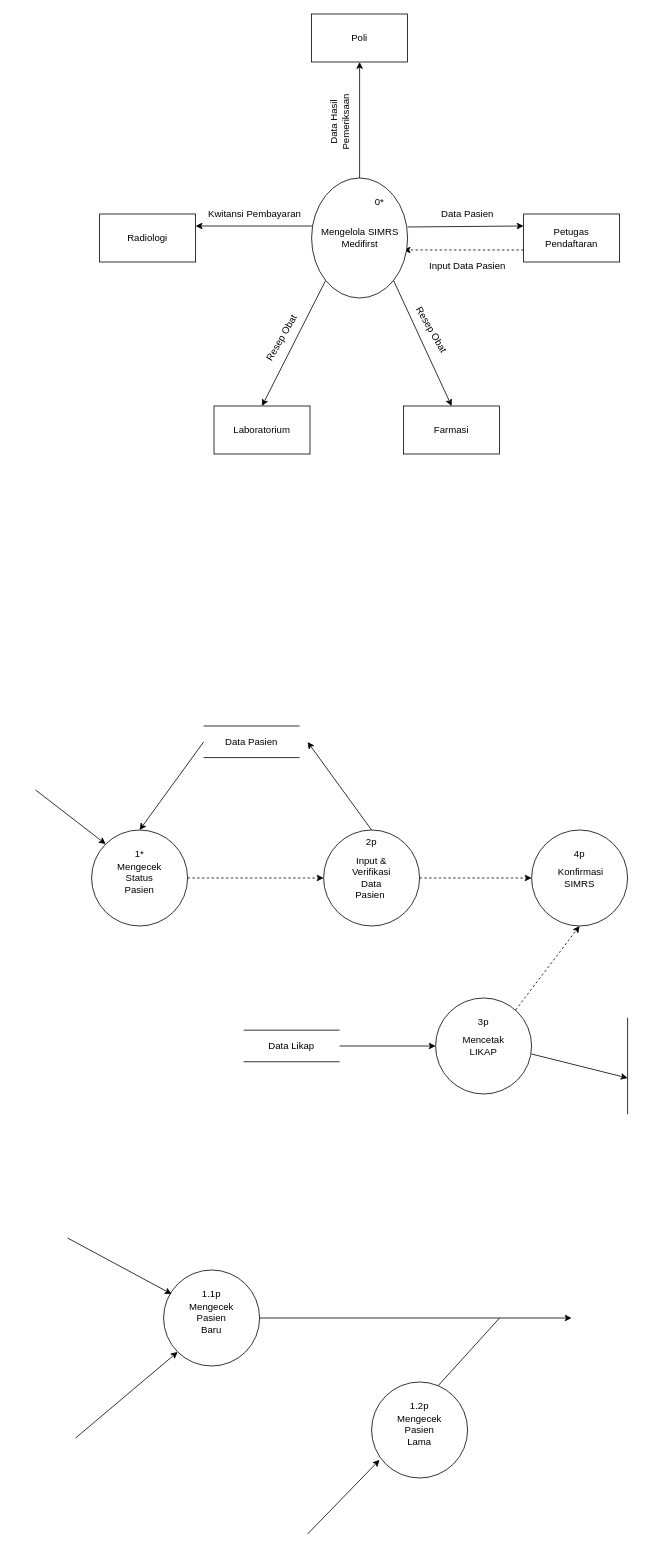
Before: DFD LVL 0.drawio in Arfnvaaa/Arfnvaaa, a draw.io diagram. Source tidied: cells renumbered, new cells numbered last; positions are measured from the earlier drawing's top-left corner, leaving out a move shared by most shapes. Both pictures are drawn from the tidied source at 80%, with x=0, y=0 at pixel (35, 14).
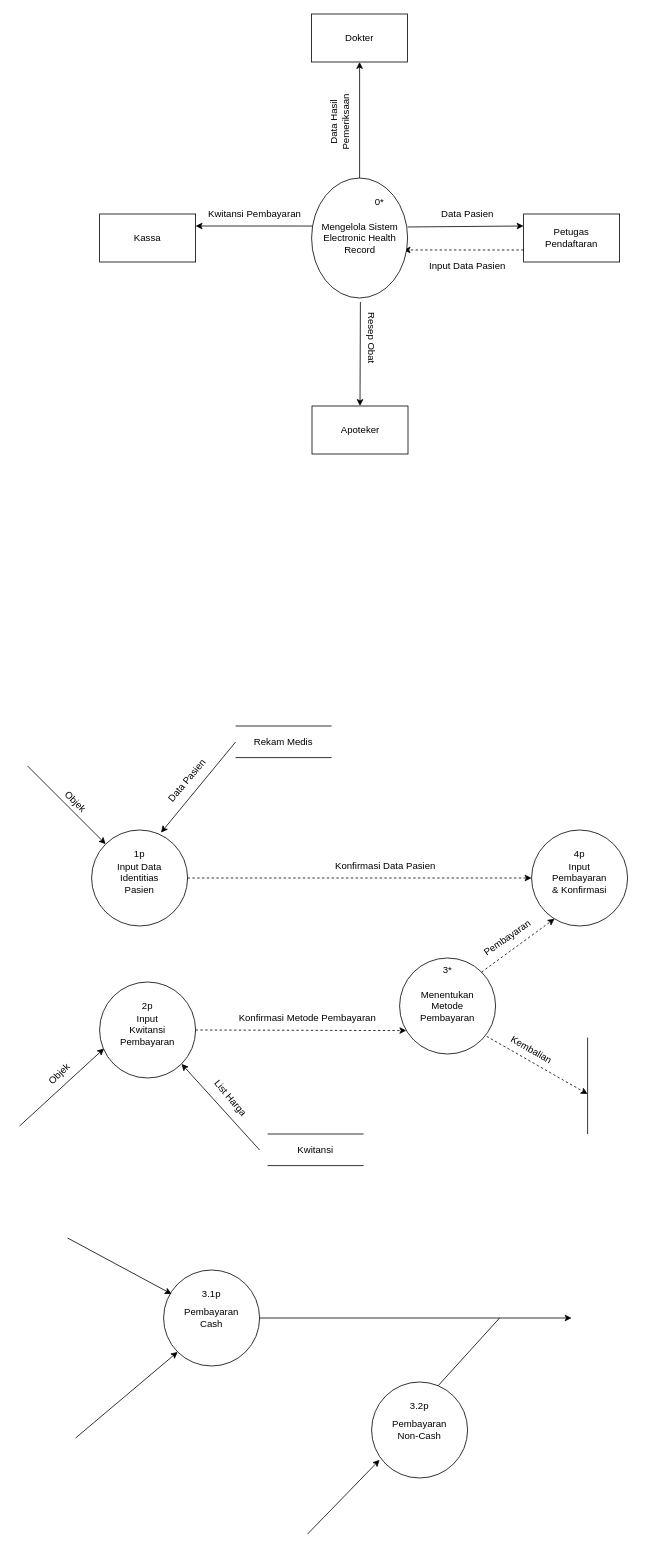
Above is the later version.

The change refers to these unchanged cells:
```xml
<mxCell id="9" style="group;" parent="1" vertex="1">
  <mxGeometry x="343" y="205" width="125" height="150" as="geometry" />
</mxCell>
<mxCell id="10" style="ellipse;whiteSpace=wrap;html=1;rotation=90;" parent="9" vertex="1">
  <mxGeometry x="-13" y="15" width="150" height="120" as="geometry" />
</mxCell>
<mxCell id="14" style="group;" parent="1" vertex="1">
  <mxGeometry x="345" width="120" height="60" as="geometry" />
</mxCell>
<mxCell id="24" style="ellipse;whiteSpace=wrap;html=1;" parent="23" vertex="1">
  <mxGeometry width="120" height="120" as="geometry" />
</mxCell>
<mxCell id="42" style="ellipse;whiteSpace=wrap;html=1;" parent="41" vertex="1">
  <mxGeometry width="120" height="120" as="geometry" />
</mxCell>
<mxCell id="45" style="group;" parent="1" vertex="1">
  <mxGeometry x="70" y="1020" width="120" height="120" as="geometry" />
</mxCell>
<mxCell id="46" style="ellipse;whiteSpace=wrap;html=1;" parent="45" vertex="1">
  <mxGeometry width="120" height="120" as="geometry" />
</mxCell>
<mxCell id="49" style="group;" parent="1" vertex="1">
  <mxGeometry x="620" y="1020" width="120" height="120" as="geometry" />
</mxCell>
<mxCell id="50" style="ellipse;whiteSpace=wrap;html=1;" parent="49" vertex="1">
  <mxGeometry width="120" height="120" as="geometry" />
</mxCell>
<mxCell id="53" style="group;" parent="1" vertex="1">
  <mxGeometry x="160" y="1570" width="120" height="120" as="geometry" />
</mxCell>
<mxCell id="57" style="group;" parent="1" vertex="1">
  <mxGeometry x="420" y="1710" width="120" height="120" as="geometry" />
</mxCell>
<mxCell id="68" style="rounded=0;whiteSpace=wrap;html=1;" parent="67" vertex="1">
  <mxGeometry width="120" height="60" as="geometry" />
</mxCell>
```

Diff of the diagram source:
```diff
@@
-    <mxCell id="3" value="Radiologi" style="text;html=1;whiteSpace=wrap;strokeColor=none;fillColor=none;align=center;verticalAlign=middle;rounded=0;" parent="1" vertex="1">
+    <mxCell id="3" value="Kassa" style="text;html=1;whiteSpace=wrap;strokeColor=none;fillColor=none;align=center;verticalAlign=middle;rounded=0;" parent="1" vertex="1">
       <mxGeometry x="110" y="265" width="60" height="30" as="geometry" />
     </mxCell>
@@
-    <mxCell id="8" style="endArrow=classic;html=1;rounded=0;exitX=1;exitY=1;exitDx=0;exitDy=0;entryX=0.5;entryY=0;entryDx=0;entryDy=0;" parent="1" edge="1" source="10" target="21">
-      <mxGeometry relative="1" as="geometry" />
-    </mxCell>
@@
-    <mxCell id="11" value="Mengelola SIMRS Medifirst" style="text;html=1;whiteSpace=wrap;strokeColor=none;fillColor=none;align=center;verticalAlign=middle;rounded=0;" parent="9" vertex="1">
+    <mxCell id="11" value="Mengelola Sistem Electronic Health Record" style="text;html=1;whiteSpace=wrap;strokeColor=none;fillColor=none;align=center;verticalAlign=middle;rounded=0;" parent="9" vertex="1">
       <mxGeometry y="32.5" width="125" height="85" as="geometry" />
     </mxCell>
@@
-    <mxCell id="16" value="Poli" style="text;html=1;whiteSpace=wrap;strokeColor=none;fillColor=none;align=center;verticalAlign=middle;rounded=0;" parent="14" vertex="1">
+    <mxCell id="16" value="Dokter" style="text;html=1;whiteSpace=wrap;strokeColor=none;fillColor=none;align=center;verticalAlign=middle;rounded=0;" parent="14" vertex="1">
       <mxGeometry x="30" y="15" width="60" height="30" as="geometry" />
     </mxCell>
@@
-    <mxCell id="20" style="group;" parent="1" vertex="1">
-      <mxGeometry x="223" y="490" width="120" height="60" as="geometry" />
-    </mxCell>
-    <mxCell id="21" style="rounded=0;whiteSpace=wrap;html=1;" parent="20" vertex="1">
-      <mxGeometry width="120" height="60" as="geometry" />
-    </mxCell>
-    <mxCell id="22" value="Laboratorium" style="text;html=1;whiteSpace=wrap;strokeColor=none;fillColor=none;align=center;verticalAlign=middle;rounded=0;" parent="20" vertex="1">
-      <mxGeometry x="30" y="15" width="60" height="30" as="geometry" />
-    </mxCell>
     <mxCell id="23" style="group;" parent="1" vertex="1">
-      <mxGeometry x="500" y="1230" width="120" height="120" as="geometry" />
+      <mxGeometry x="80" y="1210" width="120" height="120" as="geometry" />
     </mxCell>
@@
-    <mxCell id="25" value="Mencetak LIKAP" style="text;html=1;whiteSpace=wrap;strokeColor=none;fillColor=none;align=center;verticalAlign=middle;rounded=0;" parent="23" vertex="1">
+    <mxCell id="25" value="Input Kwitansi Pembayaran" style="text;html=1;whiteSpace=wrap;strokeColor=none;fillColor=none;align=center;verticalAlign=middle;rounded=0;" parent="23" vertex="1">
       <mxGeometry x="30" y="45" width="60" height="30" as="geometry" />
     </mxCell>
-    <mxCell id="26" value="3p" style="text;html=1;whiteSpace=wrap;strokeColor=none;fillColor=none;align=center;verticalAlign=middle;rounded=0;" parent="23" vertex="1">
+    <mxCell id="26" value="2p" style="text;html=1;whiteSpace=wrap;strokeColor=none;fillColor=none;align=center;verticalAlign=middle;rounded=0;" parent="23" vertex="1">
       <mxGeometry x="30" y="15" width="60" height="30" as="geometry" />
     </mxCell>
-    <mxCell id="27" style="endArrow=classic;html=1;rounded=0;dashed=1;" parent="23" edge="1">
-      <mxGeometry relative="1" as="geometry">
-        <mxPoint x="100" y="15" as="sourcePoint" />
-        <mxPoint x="180" y="-90" as="targetPoint" />
-      </mxGeometry>
-    </mxCell>
@@
-    <mxCell id="29" value="Resep Obat" style="text;html=1;whiteSpace=wrap;strokeColor=none;fillColor=none;align=center;verticalAlign=middle;rounded=0;rotation=-60;" parent="1" vertex="1">
-      <mxGeometry x="273" y="390" width="70" height="30" as="geometry" />
-    </mxCell>
@@
     <mxCell id="33" style="group;" parent="1" vertex="1">
-      <mxGeometry x="210" y="890" width="120" height="39.5" as="geometry" />
+      <mxGeometry x="250" y="890" width="120" height="39.5" as="geometry" />
     </mxCell>
@@
-    <mxCell id="36" value="Data Pasien" style="text;html=1;whiteSpace=wrap;strokeColor=none;fillColor=none;align=center;verticalAlign=middle;rounded=0;" parent="33" vertex="1">
+    <mxCell id="36" value="Rekam Medis" style="text;html=1;whiteSpace=wrap;strokeColor=none;fillColor=none;align=center;verticalAlign=middle;rounded=0;" parent="33" vertex="1">
       <mxGeometry x="20" y="4.8" width="80" height="30" as="geometry" />
     </mxCell>
     <mxCell id="37" style="group;" parent="1" vertex="1">
-      <mxGeometry x="260" y="1270.2" width="120" height="39.5" as="geometry" />
+      <mxGeometry x="290" y="1400" width="120" height="39.5" as="geometry" />
     </mxCell>
@@
-    <mxCell id="40" value="Data Likap" style="text;html=1;whiteSpace=wrap;strokeColor=none;fillColor=none;align=center;verticalAlign=middle;rounded=0;" parent="37" vertex="1">
+    <mxCell id="40" value="Kwitansi" style="text;html=1;whiteSpace=wrap;strokeColor=none;fillColor=none;align=center;verticalAlign=middle;rounded=0;" parent="37" vertex="1">
       <mxGeometry x="30" y="4.8" width="60" height="30" as="geometry" />
     </mxCell>
     <mxCell id="41" style="group;" parent="1" vertex="1">
-      <mxGeometry x="360" y="1020" width="120" height="120" as="geometry" />
+      <mxGeometry x="455" y="1180" width="120" height="120" as="geometry" />
     </mxCell>
@@
-    <mxCell id="43" value="Input &amp;amp; Verifikasi Data Pasien&amp;nbsp;" style="text;html=1;whiteSpace=wrap;strokeColor=none;fillColor=none;align=center;verticalAlign=middle;rounded=0;" parent="41" vertex="1">
+    <mxCell id="43" value="Menentukan Metode Pembayaran" style="text;html=1;whiteSpace=wrap;strokeColor=none;fillColor=none;align=center;verticalAlign=middle;rounded=0;" parent="41" vertex="1">
       <mxGeometry x="30" y="45" width="60" height="30" as="geometry" />
     </mxCell>
-    <mxCell id="44" value="2p" style="text;html=1;whiteSpace=wrap;strokeColor=none;fillColor=none;align=center;verticalAlign=middle;rounded=0;" parent="41" vertex="1">
+    <mxCell id="44" value="3*" style="text;html=1;whiteSpace=wrap;strokeColor=none;fillColor=none;align=center;verticalAlign=middle;rounded=0;" parent="41" vertex="1">
       <mxGeometry x="30" width="60" height="30" as="geometry" />
     </mxCell>
@@
-    <mxCell id="47" value="Mengecek Status Pasien" style="text;html=1;whiteSpace=wrap;strokeColor=none;fillColor=none;align=center;verticalAlign=middle;rounded=0;" parent="45" vertex="1">
+    <mxCell id="47" value="Input Data Identitias Pasien" style="text;html=1;whiteSpace=wrap;strokeColor=none;fillColor=none;align=center;verticalAlign=middle;rounded=0;" parent="45" vertex="1">
       <mxGeometry x="30" y="45" width="60" height="30" as="geometry" />
     </mxCell>
-    <mxCell id="48" value="1*" style="text;html=1;whiteSpace=wrap;strokeColor=none;fillColor=none;align=center;verticalAlign=middle;rounded=0;" parent="45" vertex="1">
+    <mxCell id="48" value="1p" style="text;html=1;whiteSpace=wrap;strokeColor=none;fillColor=none;align=center;verticalAlign=middle;rounded=0;" parent="45" vertex="1">
       <mxGeometry x="30" y="15" width="60" height="30" as="geometry" />
     </mxCell>
@@
-    <mxCell id="51" value="&amp;nbsp;Konfirmasi SIMRS" style="text;html=1;whiteSpace=wrap;strokeColor=none;fillColor=none;align=center;verticalAlign=middle;rounded=0;" parent="49" vertex="1">
+    <mxCell id="51" value="Input Pembayaran &amp;amp; Konfirmasi" style="text;html=1;whiteSpace=wrap;strokeColor=none;fillColor=none;align=center;verticalAlign=middle;rounded=0;" parent="49" vertex="1">
       <mxGeometry x="30" y="45" width="60" height="30" as="geometry" />
     </mxCell>
@@
-    <mxCell id="55" value="Mengecek Pasien Baru" style="text;html=1;whiteSpace=wrap;strokeColor=none;fillColor=none;align=center;verticalAlign=middle;rounded=0;" parent="53" vertex="1">
+    <mxCell id="55" value="Pembayaran Cash" style="text;html=1;whiteSpace=wrap;strokeColor=none;fillColor=none;align=center;verticalAlign=middle;rounded=0;" parent="53" vertex="1">
       <mxGeometry x="30" y="45" width="60" height="30" as="geometry" />
     </mxCell>
-    <mxCell id="56" value="1.1p" style="text;html=1;whiteSpace=wrap;strokeColor=none;fillColor=none;align=center;verticalAlign=middle;rounded=0;" parent="53" vertex="1">
+    <mxCell id="56" value="3.1p" style="text;html=1;whiteSpace=wrap;strokeColor=none;fillColor=none;align=center;verticalAlign=middle;rounded=0;" parent="53" vertex="1">
       <mxGeometry x="30" y="15" width="60" height="30" as="geometry" />
     </mxCell>
@@
-    <mxCell id="59" value="Mengecek Pasien Lama" style="text;html=1;whiteSpace=wrap;strokeColor=none;fillColor=none;align=center;verticalAlign=middle;rounded=0;" parent="57" vertex="1">
+    <mxCell id="59" value="Pembayaran Non-Cash" style="text;html=1;whiteSpace=wrap;strokeColor=none;fillColor=none;align=center;verticalAlign=middle;rounded=0;" parent="57" vertex="1">
       <mxGeometry x="30" y="45" width="60" height="30" as="geometry" />
     </mxCell>
-    <mxCell id="60" value="1.2p" style="text;html=1;whiteSpace=wrap;strokeColor=none;fillColor=none;align=center;verticalAlign=middle;rounded=0;" parent="57" vertex="1">
+    <mxCell id="60" value="3.2p" style="text;html=1;whiteSpace=wrap;strokeColor=none;fillColor=none;align=center;verticalAlign=middle;rounded=0;" parent="57" vertex="1">
       <mxGeometry x="30" y="15" width="60" height="30" as="geometry" />
     </mxCell>
@@
     <mxCell id="66" style="endArrow=none;html=1;rounded=0;" parent="1" edge="1">
       <mxGeometry relative="1" as="geometry">
-        <mxPoint x="740" y="1254.8" as="sourcePoint" />
-        <mxPoint x="740" y="1375.2" as="targetPoint" />
+        <mxPoint x="690" y="1279.5" as="sourcePoint" />
+        <mxPoint x="690" y="1400" as="targetPoint" />
       </mxGeometry>
     </mxCell>
     <mxCell id="67" style="group;" parent="1" vertex="1">
-      <mxGeometry x="460" y="490" width="120" height="60" as="geometry" />
+      <mxGeometry x="345.5" y="490" width="120" height="60" as="geometry" />
     </mxCell>
@@
-    <mxCell id="69" value="Farmasi" style="text;html=1;whiteSpace=wrap;strokeColor=none;fillColor=none;align=center;verticalAlign=middle;rounded=0;" parent="67" vertex="1">
+    <mxCell id="69" value="Apoteker" style="text;html=1;whiteSpace=wrap;strokeColor=none;fillColor=none;align=center;verticalAlign=middle;rounded=0;" parent="67" vertex="1">
       <mxGeometry x="30" y="15" width="60" height="30" as="geometry" />
     </mxCell>
-    <mxCell id="70" style="endArrow=classic;html=1;rounded=0;exitX=1;exitY=0;exitDx=0;exitDy=0;entryX=0.5;entryY=0;entryDx=0;entryDy=0;" parent="1" edge="1" source="10" target="68">
-      <mxGeometry relative="1" as="geometry" />
+    <mxCell id="70" style="endArrow=classic;html=1;rounded=0;entryX=0.5;entryY=0;entryDx=0;entryDy=0;" parent="1" edge="1" target="68">
+      <mxGeometry relative="1" as="geometry">
+        <mxPoint x="406" y="360" as="sourcePoint" />
+      </mxGeometry>
     </mxCell>
-    <mxCell id="71" value="Resep Obat" style="text;html=1;whiteSpace=wrap;strokeColor=none;fillColor=none;align=center;verticalAlign=middle;rounded=0;rotation=60;" parent="1" vertex="1">
-      <mxGeometry x="460" y="380" width="70" height="30" as="geometry" />
+    <mxCell id="71" value="Resep Obat" style="text;html=1;whiteSpace=wrap;strokeColor=none;fillColor=none;align=center;verticalAlign=middle;rounded=0;rotation=90;" parent="1" vertex="1">
+      <mxGeometry x="385" y="390" width="70" height="30" as="geometry" />
     </mxCell>
-    <mxCell id="72" style="endArrow=classic;html=1;rounded=0;exitX=1;exitY=0.5;exitDx=0;exitDy=0;entryX=0;entryY=0.5;entryDx=0;entryDy=0;dashed=1;" parent="1" edge="1" source="46" target="42">
+    <mxCell id="72" style="endArrow=classic;html=1;rounded=0;exitX=1;exitY=0.5;exitDx=0;exitDy=0;dashed=1;entryX=0;entryY=0.5;entryDx=0;entryDy=0;" parent="1" edge="1" source="46" target="50">
       <mxGeometry relative="1" as="geometry" />
     </mxCell>
+    <mxCell id="76" style="endArrow=classic;html=1;rounded=0;entryX=0.723;entryY=0.027;entryDx=0;entryDy=0;entryPerimeter=0;" parent="1" edge="1" target="46">
+      <mxGeometry relative="1" as="geometry">
+        <mxPoint x="250" y="910" as="sourcePoint" />
+      </mxGeometry>
+    </mxCell>
+    <mxCell id="78" style="endArrow=classic;html=1;rounded=0;entryX=0;entryY=0;entryDx=0;entryDy=0;" parent="1" edge="1" target="46">
+      <mxGeometry relative="1" as="geometry">
+        <mxPoint x="-10" y="940" as="sourcePoint" />
+      </mxGeometry>
+    </mxCell>
+    <mxCell id="79" value="Konfirmasi Data Pasien" style="text;html=1;whiteSpace=wrap;strokeColor=none;fillColor=none;align=center;verticalAlign=middle;rounded=0;" parent="1" vertex="1">
+      <mxGeometry x="370" y="1050" width="135" height="30" as="geometry" />
+    </mxCell>
+    <mxCell id="80" style="endArrow=classic;html=1;rounded=0;entryX=0.046;entryY=0.693;entryDx=0;entryDy=0;entryPerimeter=0;" parent="1" edge="1" target="24">
+      <mxGeometry relative="1" as="geometry">
+        <mxPoint x="-20" y="1390" as="sourcePoint" />
+      </mxGeometry>
+    </mxCell>
+    <mxCell id="81" style="endArrow=classic;html=1;rounded=0;entryX=1;entryY=1;entryDx=0;entryDy=0;" parent="1" edge="1" target="24">
+      <mxGeometry relative="1" as="geometry">
+        <mxPoint x="280" y="1420" as="sourcePoint" />
+      </mxGeometry>
+    </mxCell>
+    <mxCell id="82" style="endArrow=classic;html=1;rounded=0;exitX=1;exitY=0.5;exitDx=0;exitDy=0;entryX=0.07;entryY=0.756;entryDx=0;entryDy=0;entryPerimeter=0;dashed=1;" parent="1" edge="1" source="24" target="42">
+      <mxGeometry relative="1" as="geometry" />
+    </mxCell>
-    <mxCell id="73" style="endArrow=classic;html=1;rounded=0;entryX=0;entryY=0.5;entryDx=0;entryDy=0;exitX=1;exitY=0.5;exitDx=0;exitDy=0;dashed=1;" parent="1" edge="1" source="42" target="50">
+    <mxCell id="73" style="endArrow=classic;html=1;rounded=0;entryX=0.239;entryY=0.925;entryDx=0;entryDy=0;entryPerimeter=0;dashed=1;exitX=1;exitY=0;exitDx=0;exitDy=0;" parent="1" edge="1" source="42" target="50">
       <mxGeometry relative="1" as="geometry" />
     </mxCell>
-    <mxCell id="74" style="endArrow=classic;html=1;rounded=0;entryX=0;entryY=0.5;entryDx=0;entryDy=0;" parent="1" edge="1" target="24">
-      <mxGeometry relative="1" as="geometry">
-        <mxPoint x="380" y="1290" as="sourcePoint" />
-      </mxGeometry>
-    </mxCell>
-    <mxCell id="75" style="endArrow=classic;html=1;rounded=0;" parent="1" edge="1">
-      <mxGeometry relative="1" as="geometry">
-        <mxPoint x="620" y="1300" as="sourcePoint" />
-        <mxPoint x="740" y="1330" as="targetPoint" />
-      </mxGeometry>
-    </mxCell>
-    <mxCell id="76" style="endArrow=classic;html=1;rounded=0;entryX=0.5;entryY=0;entryDx=0;entryDy=0;" parent="1" edge="1" target="46">
-      <mxGeometry relative="1" as="geometry">
-        <mxPoint x="210" y="910" as="sourcePoint" />
-      </mxGeometry>
-    </mxCell>
-    <mxCell id="77" style="endArrow=classic;html=1;rounded=0;" parent="1" edge="1">
-      <mxGeometry relative="1" as="geometry">
-        <mxPoint x="420" y="1020" as="sourcePoint" />
-        <mxPoint x="340" y="910" as="targetPoint" />
-      </mxGeometry>
-    </mxCell>
-    <mxCell id="78" style="endArrow=classic;html=1;rounded=0;entryX=0;entryY=0;entryDx=0;entryDy=0;" parent="1" edge="1" target="46">
-      <mxGeometry relative="1" as="geometry">
-        <mxPoint y="970" as="sourcePoint" />
-      </mxGeometry>
-    </mxCell>
+    <mxCell id="83" style="endArrow=classic;html=1;rounded=0;exitX=0.907;exitY=0.816;exitDx=0;exitDy=0;dashed=1;exitPerimeter=0;" parent="1" edge="1" source="42">
+      <mxGeometry relative="1" as="geometry">
+        <mxPoint x="690" y="1350" as="targetPoint" />
+      </mxGeometry>
+    </mxCell>
+    <mxCell id="84" value="Objek" style="text;html=1;whiteSpace=wrap;strokeColor=none;fillColor=none;align=center;verticalAlign=middle;rounded=0;rotation=45;" parent="1" vertex="1">
+      <mxGeometry x="20" y="970" width="60" height="30" as="geometry" />
+    </mxCell>
+    <mxCell id="85" value="Objek" style="text;html=1;whiteSpace=wrap;strokeColor=none;fillColor=none;align=center;verticalAlign=middle;rounded=0;rotation=-45;" parent="1" vertex="1">
+      <mxGeometry y="1310" width="60" height="30" as="geometry" />
+    </mxCell>
+    <mxCell id="86" value="Konfirmasi Metode Pembayaran" style="text;html=1;whiteSpace=wrap;strokeColor=none;fillColor=none;align=center;verticalAlign=middle;rounded=0;" parent="1" vertex="1">
+      <mxGeometry x="250" y="1240" width="180" height="30" as="geometry" />
+    </mxCell>
+    <mxCell id="87" value="List Harga" style="text;html=1;whiteSpace=wrap;strokeColor=none;fillColor=none;align=center;verticalAlign=middle;rounded=0;rotation=50;" parent="1" vertex="1">
+      <mxGeometry x="213.5" y="1340" width="60" height="30" as="geometry" />
+    </mxCell>
+    <mxCell id="88" value="Kembalian" style="text;html=1;whiteSpace=wrap;strokeColor=none;fillColor=none;align=center;verticalAlign=middle;rounded=0;rotation=30;" parent="1" vertex="1">
+      <mxGeometry x="590" y="1280" width="60" height="30" as="geometry" />
+    </mxCell>
+    <mxCell id="89" value="Pembayaran" style="text;html=1;whiteSpace=wrap;strokeColor=none;fillColor=none;align=center;verticalAlign=middle;rounded=0;rotation=-35;" parent="1" vertex="1">
+      <mxGeometry x="560" y="1140" width="60" height="30" as="geometry" />
+    </mxCell>
+    <mxCell id="90" value="Data Pasien" style="text;html=1;whiteSpace=wrap;strokeColor=none;fillColor=none;align=center;verticalAlign=middle;rounded=0;rotation=-50;" parent="1" vertex="1">
+      <mxGeometry x="150.6" y="943.7" width="76.5" height="30" as="geometry" />
+    </mxCell>
```
